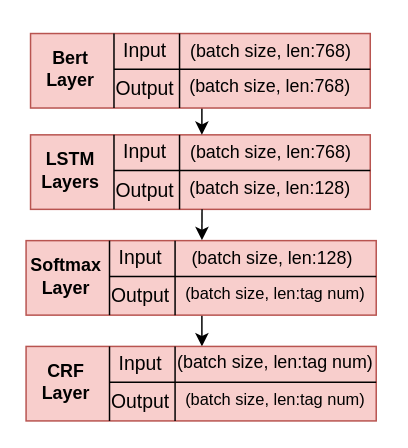
Before: model-layers.drawio in yhx123hero/CyberspaceSecurity_NER, a draw.io diagram. Source tidied: cells renumbered, new cells numbered last; positions are measured from the earlier drawing's top-left corner, leaving out a move shared by most shapes. Both pictures are drawn from the tidied source at 149%, with x=0, y=0 at pixel (25, 25).
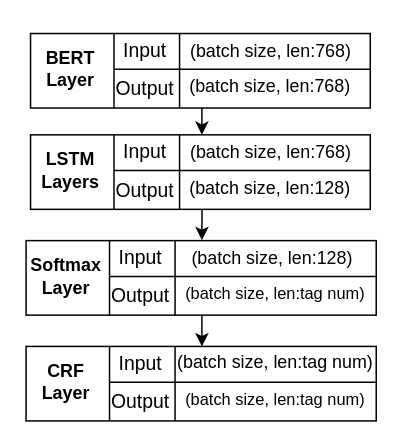
The same page after the edit.

Diff of the diagram source:
```diff
@@
-    <mxCell id="2" style="rounded=0;whiteSpace=wrap;html=1;fillColor=#f8cecc;strokeColor=#b85450;" parent="1" vertex="1">
+    <mxCell id="2" style="rounded=0;whiteSpace=wrap;html=1;" parent="1" vertex="1">
       <mxGeometry x="3" y="73" width="228" height="50" as="geometry" />
     </mxCell>
@@
-    <mxCell id="5" value="&lt;font style=&quot;font-size: 13px;&quot;&gt;Input&lt;br style=&quot;font-size: 13px;&quot;&gt;&lt;/font&gt;" style="text;html=1;strokeColor=none;fillColor=none;align=center;verticalAlign=middle;whiteSpace=wrap;rounded=0;fontSize=13;strokeWidth=3;fontStyle=0;" parent="1" vertex="1">
+    <mxCell id="5" value="&lt;font style=&quot;font-size: 13px;&quot;&gt;Input&lt;br style=&quot;font-size: 13px;&quot;&gt;&lt;/font&gt;" style="text;html=1;align=center;verticalAlign=middle;whiteSpace=wrap;rounded=0;fontSize=13;strokeWidth=3;fontStyle=0;" parent="1" vertex="1">
       <mxGeometry x="70" y="79.2" width="20" height="10" as="geometry" />
     </mxCell>
-    <mxCell id="6" value="LSTM Layers" style="text;html=1;strokeColor=none;fillColor=none;align=center;verticalAlign=middle;whiteSpace=wrap;rounded=0;fontSize=12;labelBackgroundColor=none;strokeWidth=3;fontStyle=1;" parent="1" vertex="1">
+    <mxCell id="6" value="LSTM Layers" style="text;html=1;align=center;verticalAlign=middle;whiteSpace=wrap;rounded=0;fontSize=12;labelBackgroundColor=none;strokeWidth=3;fontStyle=1;" parent="1" vertex="1">
       <mxGeometry x="15" y="68" width="30" height="57" as="geometry" />
     </mxCell>
-    <mxCell id="7" value="&lt;font style=&quot;font-size: 13px;&quot;&gt;Output&lt;br style=&quot;font-size: 13px;&quot;&gt;&lt;/font&gt;" style="text;html=1;strokeColor=none;fillColor=none;align=center;verticalAlign=middle;whiteSpace=wrap;rounded=0;fontSize=13;strokeWidth=3;fontStyle=0;" parent="1" vertex="1">
+    <mxCell id="7" value="&lt;font style=&quot;font-size: 13px;&quot;&gt;Output&lt;br style=&quot;font-size: 13px;&quot;&gt;&lt;/font&gt;" style="text;html=1;align=center;verticalAlign=middle;whiteSpace=wrap;rounded=0;fontSize=13;strokeWidth=3;fontStyle=0;" parent="1" vertex="1">
       <mxGeometry x="70" y="104.8" width="20" height="10" as="geometry" />
     </mxCell>
@@
-    <mxCell id="9" value="(batch size, len:768)" style="text;html=1;strokeColor=none;fillColor=none;align=center;verticalAlign=middle;whiteSpace=wrap;rounded=0;labelBackgroundColor=none;fontSize=12;strokeWidth=3;fontStyle=0;" parent="1" vertex="1">
+    <mxCell id="9" value="(batch size, len:768)" style="text;html=1;align=center;verticalAlign=middle;whiteSpace=wrap;rounded=0;labelBackgroundColor=none;fontSize=12;strokeWidth=3;fontStyle=0;" parent="1" vertex="1">
       <mxGeometry x="104" y="76" width="121" height="17" as="geometry" />
     </mxCell>
-    <mxCell id="10" value="(batch size, len:128)" style="text;html=1;strokeColor=none;fillColor=none;align=center;verticalAlign=middle;whiteSpace=wrap;rounded=0;labelBackgroundColor=none;fontSize=12;strokeWidth=3;fontStyle=0;labelBorderColor=none;" parent="1" vertex="1">
+    <mxCell id="10" value="(batch size, len:128)" style="text;html=1;align=center;verticalAlign=middle;whiteSpace=wrap;rounded=0;labelBackgroundColor=none;fontSize=12;strokeWidth=3;fontStyle=0;labelBorderColor=none;" parent="1" vertex="1">
       <mxGeometry x="103.2" y="99" width="121.5" height="20" as="geometry" />
     </mxCell>
@@
-    <mxCell id="14" style="rounded=0;whiteSpace=wrap;html=1;fillColor=#f8cecc;strokeColor=#b85450;" parent="1" vertex="1">
+    <mxCell id="14" style="rounded=0;whiteSpace=wrap;html=1;" parent="1" vertex="1">
       <mxGeometry x="3" y="5" width="228" height="50" as="geometry" />
     </mxCell>
@@
-    <mxCell id="17" value="&lt;font style=&quot;font-size: 13px;&quot;&gt;Input&lt;br style=&quot;font-size: 13px;&quot;&gt;&lt;/font&gt;" style="text;html=1;strokeColor=none;fillColor=none;align=center;verticalAlign=middle;whiteSpace=wrap;rounded=0;fontSize=13;strokeWidth=3;fontStyle=0;" parent="1" vertex="1">
+    <mxCell id="17" value="&lt;font style=&quot;font-size: 13px;&quot;&gt;Input&lt;br style=&quot;font-size: 13px;&quot;&gt;&lt;/font&gt;" style="text;html=1;align=center;verticalAlign=middle;whiteSpace=wrap;rounded=0;fontSize=13;strokeWidth=3;fontStyle=0;" parent="1" vertex="1">
       <mxGeometry x="70" y="11.2" width="20" height="10" as="geometry" />
     </mxCell>
-    <mxCell id="18" value="Bert&lt;br&gt;Layer" style="text;html=1;strokeColor=none;fillColor=none;align=center;verticalAlign=middle;whiteSpace=wrap;rounded=0;fontSize=12;labelBackgroundColor=none;strokeWidth=3;fontStyle=1;" parent="1" vertex="1">
+    <mxCell id="18" value="BERT&lt;br&gt;Layer" style="text;html=1;align=center;verticalAlign=middle;whiteSpace=wrap;rounded=0;fontSize=12;labelBackgroundColor=none;strokeWidth=3;fontStyle=1;" parent="1" vertex="1">
       <mxGeometry x="15" width="30" height="57" as="geometry" />
     </mxCell>
-    <mxCell id="19" value="&lt;font style=&quot;font-size: 13px;&quot;&gt;Output&lt;br style=&quot;font-size: 13px;&quot;&gt;&lt;/font&gt;" style="text;html=1;strokeColor=none;fillColor=none;align=center;verticalAlign=middle;whiteSpace=wrap;rounded=0;fontSize=13;strokeWidth=3;fontStyle=0;" parent="1" vertex="1">
+    <mxCell id="19" value="&lt;font style=&quot;font-size: 13px;&quot;&gt;Output&lt;br style=&quot;font-size: 13px;&quot;&gt;&lt;/font&gt;" style="text;html=1;align=center;verticalAlign=middle;whiteSpace=wrap;rounded=0;fontSize=13;strokeWidth=3;fontStyle=0;" parent="1" vertex="1">
       <mxGeometry x="70" y="36.8" width="20" height="10" as="geometry" />
     </mxCell>
@@
-    <mxCell id="21" value="(batch size, len:768)" style="text;html=1;strokeColor=none;fillColor=none;align=center;verticalAlign=middle;whiteSpace=wrap;rounded=0;labelBackgroundColor=none;fontSize=12;strokeWidth=3;fontStyle=0;" parent="1" vertex="1">
+    <mxCell id="21" value="(batch size, len:768)" style="text;html=1;align=center;verticalAlign=middle;whiteSpace=wrap;rounded=0;labelBackgroundColor=none;fontSize=12;strokeWidth=3;fontStyle=0;" parent="1" vertex="1">
       <mxGeometry x="104" y="8" width="121" height="17" as="geometry" />
     </mxCell>
-    <mxCell id="22" value="(batch size, len:768)" style="text;html=1;strokeColor=none;fillColor=none;align=center;verticalAlign=middle;whiteSpace=wrap;rounded=0;labelBackgroundColor=none;fontSize=12;strokeWidth=3;fontStyle=0;labelBorderColor=none;" parent="1" vertex="1">
+    <mxCell id="22" value="(batch size, len:768)" style="text;html=1;align=center;verticalAlign=middle;whiteSpace=wrap;rounded=0;labelBackgroundColor=none;fontSize=12;strokeWidth=3;fontStyle=0;labelBorderColor=none;" parent="1" vertex="1">
       <mxGeometry x="103.2" y="31" width="121.5" height="20" as="geometry" />
     </mxCell>
-    <mxCell id="23" style="rounded=0;whiteSpace=wrap;html=1;fillColor=#f8cecc;strokeColor=#b85450;" parent="1" vertex="1">
+    <mxCell id="23" style="rounded=0;whiteSpace=wrap;html=1;" parent="1" vertex="1">
       <mxGeometry y="144" width="235" height="50" as="geometry" />
     </mxCell>
@@
-    <mxCell id="26" value="&lt;font style=&quot;font-size: 13px;&quot;&gt;Input&lt;br style=&quot;font-size: 13px;&quot;&gt;&lt;/font&gt;" style="text;html=1;strokeColor=none;fillColor=none;align=center;verticalAlign=middle;whiteSpace=wrap;rounded=0;fontSize=13;strokeWidth=3;fontStyle=0;" parent="1" vertex="1">
+    <mxCell id="26" value="&lt;font style=&quot;font-size: 13px;&quot;&gt;Input&lt;br style=&quot;font-size: 13px;&quot;&gt;&lt;/font&gt;" style="text;html=1;align=center;verticalAlign=middle;whiteSpace=wrap;rounded=0;fontSize=13;strokeWidth=3;fontStyle=0;" parent="1" vertex="1">
       <mxGeometry x="67" y="150.2" width="20" height="10" as="geometry" />
     </mxCell>
-    <mxCell id="27" value="Softmax&lt;br&gt;Layer" style="text;html=1;strokeColor=none;fillColor=none;align=center;verticalAlign=middle;whiteSpace=wrap;rounded=0;fontSize=12;labelBackgroundColor=none;strokeWidth=3;fontStyle=1;" parent="1" vertex="1">
+    <mxCell id="27" value="Softmax&lt;br&gt;Layer" style="text;html=1;align=center;verticalAlign=middle;whiteSpace=wrap;rounded=0;fontSize=12;labelBackgroundColor=none;strokeWidth=3;fontStyle=1;" parent="1" vertex="1">
       <mxGeometry x="12" y="139" width="30" height="57" as="geometry" />
     </mxCell>
-    <mxCell id="28" value="&lt;font style=&quot;font-size: 13px;&quot;&gt;Output&lt;br style=&quot;font-size: 13px;&quot;&gt;&lt;/font&gt;" style="text;html=1;strokeColor=none;fillColor=none;align=center;verticalAlign=middle;whiteSpace=wrap;rounded=0;fontSize=13;strokeWidth=3;fontStyle=0;" parent="1" vertex="1">
+    <mxCell id="28" value="&lt;font style=&quot;font-size: 13px;&quot;&gt;Output&lt;br style=&quot;font-size: 13px;&quot;&gt;&lt;/font&gt;" style="text;html=1;align=center;verticalAlign=middle;whiteSpace=wrap;rounded=0;fontSize=13;strokeWidth=3;fontStyle=0;" parent="1" vertex="1">
       <mxGeometry x="67" y="175.8" width="20" height="10" as="geometry" />
     </mxCell>
@@
-    <mxCell id="30" value="(batch size, len:128)" style="text;html=1;strokeColor=none;fillColor=none;align=center;verticalAlign=middle;whiteSpace=wrap;rounded=0;labelBackgroundColor=none;fontSize=12;strokeWidth=3;fontStyle=0;" parent="1" vertex="1">
+    <mxCell id="30" value="(batch size, len:128)" style="text;html=1;align=center;verticalAlign=middle;whiteSpace=wrap;rounded=0;labelBackgroundColor=none;fontSize=12;strokeWidth=3;fontStyle=0;" parent="1" vertex="1">
       <mxGeometry x="105" y="147" width="121" height="17" as="geometry" />
     </mxCell>
-    <mxCell id="31" value="(batch size, len:tag num)" style="text;html=1;strokeColor=none;fillColor=none;align=center;verticalAlign=middle;whiteSpace=wrap;rounded=0;labelBackgroundColor=none;fontSize=11;strokeWidth=2;fontStyle=0;labelBorderColor=none;" parent="1" vertex="1">
+    <mxCell id="31" value="(batch size, len:tag num)" style="text;html=1;align=center;verticalAlign=middle;whiteSpace=wrap;rounded=0;labelBackgroundColor=none;fontSize=11;strokeWidth=2;fontStyle=0;labelBorderColor=none;" parent="1" vertex="1">
       <mxGeometry x="99.2" y="170" width="136.8" height="20" as="geometry" />
     </mxCell>
-    <mxCell id="32" style="rounded=0;whiteSpace=wrap;html=1;fillColor=#f8cecc;strokeColor=#b85450;" parent="1" vertex="1">
+    <mxCell id="32" style="rounded=0;whiteSpace=wrap;html=1;" parent="1" vertex="1">
       <mxGeometry y="215" width="235" height="50" as="geometry" />
     </mxCell>
@@
-    <mxCell id="35" value="&lt;font style=&quot;font-size: 13px;&quot;&gt;Input&lt;br style=&quot;font-size: 13px;&quot;&gt;&lt;/font&gt;" style="text;html=1;strokeColor=none;fillColor=none;align=center;verticalAlign=middle;whiteSpace=wrap;rounded=0;fontSize=13;strokeWidth=3;fontStyle=0;" parent="1" vertex="1">
+    <mxCell id="35" value="&lt;font style=&quot;font-size: 13px;&quot;&gt;Input&lt;br style=&quot;font-size: 13px;&quot;&gt;&lt;/font&gt;" style="text;html=1;align=center;verticalAlign=middle;whiteSpace=wrap;rounded=0;fontSize=13;strokeWidth=3;fontStyle=0;" parent="1" vertex="1">
       <mxGeometry x="67" y="221.2" width="20" height="10" as="geometry" />
     </mxCell>
-    <mxCell id="36" value="CRF&lt;br&gt;Layer" style="text;html=1;strokeColor=none;fillColor=none;align=center;verticalAlign=middle;whiteSpace=wrap;rounded=0;fontSize=12;labelBackgroundColor=none;strokeWidth=3;fontStyle=1;" parent="1" vertex="1">
+    <mxCell id="36" value="CRF&lt;br&gt;Layer" style="text;html=1;align=center;verticalAlign=middle;whiteSpace=wrap;rounded=0;fontSize=12;labelBackgroundColor=none;strokeWidth=3;fontStyle=1;" parent="1" vertex="1">
       <mxGeometry x="12" y="210" width="30" height="57" as="geometry" />
     </mxCell>
-    <mxCell id="37" value="&lt;font style=&quot;font-size: 13px;&quot;&gt;Output&lt;br style=&quot;font-size: 13px;&quot;&gt;&lt;/font&gt;" style="text;html=1;strokeColor=none;fillColor=none;align=center;verticalAlign=middle;whiteSpace=wrap;rounded=0;fontSize=13;strokeWidth=3;fontStyle=0;" parent="1" vertex="1">
+    <mxCell id="37" value="&lt;font style=&quot;font-size: 13px;&quot;&gt;Output&lt;br style=&quot;font-size: 13px;&quot;&gt;&lt;/font&gt;" style="text;html=1;align=center;verticalAlign=middle;whiteSpace=wrap;rounded=0;fontSize=13;strokeWidth=3;fontStyle=0;" parent="1" vertex="1">
       <mxGeometry x="67" y="246.8" width="20" height="10" as="geometry" />
     </mxCell>
@@
-    <mxCell id="39" value="(batch size, len:tag num)" style="text;html=1;strokeColor=none;fillColor=none;align=center;verticalAlign=middle;whiteSpace=wrap;rounded=0;labelBackgroundColor=none;fontSize=12;strokeWidth=3;fontStyle=0;" parent="1" vertex="1">
+    <mxCell id="39" value="(batch size, len:tag num)" style="text;html=1;align=center;verticalAlign=middle;whiteSpace=wrap;rounded=0;labelBackgroundColor=none;fontSize=12;strokeWidth=3;fontStyle=0;" parent="1" vertex="1">
       <mxGeometry x="96.1" y="217.8" width="143" height="17" as="geometry" />
     </mxCell>
-    <mxCell id="40" value="(batch size, len:tag num)" style="text;html=1;strokeColor=none;fillColor=none;align=center;verticalAlign=middle;whiteSpace=wrap;rounded=0;labelBackgroundColor=none;fontSize=11;strokeWidth=2;fontStyle=0;labelBorderColor=none;" parent="1" vertex="1">
+    <mxCell id="40" value="(batch size, len:tag num)" style="text;html=1;align=center;verticalAlign=middle;whiteSpace=wrap;rounded=0;labelBackgroundColor=none;fontSize=11;strokeWidth=2;fontStyle=0;labelBorderColor=none;" parent="1" vertex="1">
       <mxGeometry x="99.2" y="241" width="136.8" height="20" as="geometry" />
     </mxCell>
```
